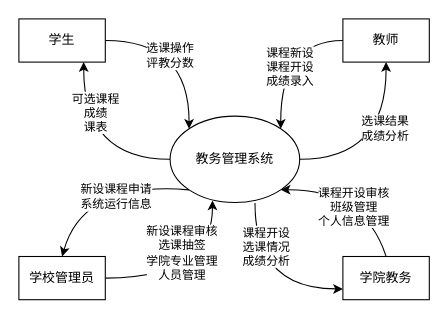
Before: 系统设计报告/img/requirements/top.drawio in ap0stader/BUAA_DB, a draw.io diagram. Source tidied: cells renumbered, new cells numbered last; positions are measured from the earlier drawing's top-left corner, leaving out a move shared by most shapes. Both pictures are drawn from the tidied source at 108%, with x=0, y=0 at pixel (18, 18).
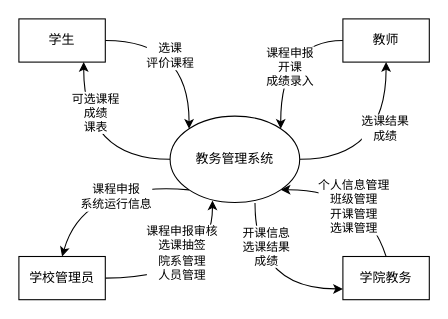
The same page after the edit.

The change refers to these unchanged cells:
```xml
<mxCell id="2" style="edgeStyle=orthogonalEdgeStyle;rounded=0;jettySize=auto;html=1;exitX=1;exitY=0.5;exitDx=0;exitDy=0;entryX=0;entryY=0;entryDx=0;entryDy=0;curved=1;fontFamily=宋体-简;" parent="1" edge="1" source="4" target="9">
  <mxGeometry relative="1" as="geometry" />
</mxCell>
<mxCell id="7" style="edgeStyle=orthogonalEdgeStyle;rounded=0;jettySize=auto;html=1;exitX=1;exitY=0.5;exitDx=0;exitDy=0;entryX=0.5;entryY=1;entryDx=0;entryDy=0;curved=1;fontFamily=宋体-简;" parent="1" edge="1" source="9" target="12">
  <mxGeometry relative="1" as="geometry" />
</mxCell>
<mxCell id="10" style="edgeStyle=orthogonalEdgeStyle;rounded=0;jettySize=auto;html=1;exitX=0;exitY=0.5;exitDx=0;exitDy=0;entryX=1;entryY=0;entryDx=0;entryDy=0;curved=1;fontFamily=宋体-简;" parent="1" edge="1" source="12" target="9">
  <mxGeometry relative="1" as="geometry" />
</mxCell>
<mxCell id="14" style="edgeStyle=orthogonalEdgeStyle;rounded=0;jettySize=auto;html=1;exitX=1;exitY=0.5;exitDx=0;exitDy=0;curved=1;fontFamily=宋体-简;entryX=0.327;entryY=0.976;entryDx=0;entryDy=0;entryPerimeter=0;" parent="1" edge="1" source="16" target="9">
  <mxGeometry relative="1" as="geometry" />
</mxCell>
<mxCell id="17" style="edgeStyle=orthogonalEdgeStyle;rounded=0;jettySize=auto;html=1;exitX=0.655;exitY=1.005;exitDx=0;exitDy=0;entryX=0;entryY=0.75;entryDx=0;entryDy=0;curved=1;exitPerimeter=0;fontFamily=宋体-简;" parent="1" edge="1" source="9" target="13">
  <mxGeometry relative="1" as="geometry" />
</mxCell>
<mxCell id="19" style="curved=1;endArrow=classic;html=1;rounded=0;entryX=0.5;entryY=0;entryDx=0;entryDy=0;exitX=0;exitY=1;exitDx=0;exitDy=0;fontFamily=宋体-简;" parent="1" edge="1" source="9" target="16">
  <mxGeometry relative="1" as="geometry">
    <Array as="points">
      <mxPoint x="60" y="150" />
    </Array>
  </mxGeometry>
</mxCell>
<mxCell id="21" style="curved=1;endArrow=classic;html=1;rounded=0;entryX=1;entryY=1;entryDx=0;entryDy=0;exitX=0.5;exitY=0;exitDx=0;exitDy=0;fontFamily=宋体-简;" parent="1" edge="1" source="13" target="9">
  <mxGeometry relative="1" as="geometry">
    <Array as="points">
      <mxPoint x="320" y="158" />
    </Array>
  </mxGeometry>
</mxCell>
```

Change to the diagram source:
```diff
@@
-    <mxCell id="3" value="选课操作&lt;div&gt;评教分数&lt;/div&gt;" style="edgeLabel;html=1;align=center;verticalAlign=middle;fontFamily=宋体-简;" parent="2" vertex="1">
+    <mxCell id="3" value="选课&lt;div&gt;评价课程&lt;/div&gt;" style="edgeLabel;html=1;align=center;verticalAlign=middle;fontFamily=宋体-简;" parent="2" vertex="1">
       <mxGeometry x="0.32" y="-10" relative="1" as="geometry">
         <mxPoint x="-8" y="-14" as="offset" />
       </mxGeometry>
     </mxCell>
@@
-    <mxCell id="8" value="选课结果&lt;div&gt;&lt;div&gt;成绩分析&lt;/div&gt;&lt;/div&gt;" style="edgeLabel;html=1;align=center;verticalAlign=middle;fontFamily=宋体-简;" parent="7" vertex="1">
+    <mxCell id="8" value="选课结果&lt;div&gt;&lt;div&gt;成绩&lt;/div&gt;&lt;/div&gt;" style="edgeLabel;html=1;align=center;verticalAlign=middle;fontFamily=宋体-简;" parent="7" vertex="1">
       <mxGeometry x="-0.05" y="2" relative="1" as="geometry">
         <mxPoint y="-28" as="offset" />
       </mxGeometry>
     </mxCell>
@@
-    <mxCell id="11" value="&lt;div&gt;课程新设&lt;/div&gt;&lt;div&gt;课程开设&lt;/div&gt;&lt;div&gt;成绩录入&lt;/div&gt;" style="edgeLabel;html=1;align=center;verticalAlign=middle;fontFamily=宋体-简;" parent="10" vertex="1">
+    <mxCell id="11" value="&lt;div&gt;课程申报&lt;/div&gt;&lt;div&gt;开课&lt;/div&gt;&lt;div&gt;成绩录入&lt;/div&gt;" style="edgeLabel;html=1;align=center;verticalAlign=middle;fontFamily=宋体-简;" parent="10" vertex="1">
       <mxGeometry x="0.13" y="8" relative="1" as="geometry">
         <mxPoint y="3" as="offset" />
       </mxGeometry>
     </mxCell>
@@
-    <mxCell id="15" value="&lt;div&gt;新设课程审核&lt;/div&gt;&lt;div&gt;选课抽签&lt;br&gt;&lt;/div&gt;&lt;div&gt;学院专业管理&lt;/div&gt;人员管理" style="edgeLabel;html=1;align=center;verticalAlign=middle;fontFamily=宋体-简;" parent="14" vertex="1">
+    <mxCell id="15" value="&lt;div&gt;课程申报审核&lt;/div&gt;&lt;div&gt;选课抽签&lt;br&gt;&lt;/div&gt;&lt;div&gt;院系管理&lt;/div&gt;人员管理" style="edgeLabel;html=1;align=center;verticalAlign=middle;fontFamily=宋体-简;" parent="14" vertex="1">
       <mxGeometry x="0.26" y="1" relative="1" as="geometry">
         <mxPoint x="-28" y="-15" as="offset" />
       </mxGeometry>
     </mxCell>
@@
-    <mxCell id="18" value="&lt;div&gt;课程开设&lt;/div&gt;选课情况&lt;div&gt;成绩分析&lt;/div&gt;" style="edgeLabel;html=1;align=center;verticalAlign=middle;fontFamily=宋体-简;" parent="17" vertex="1">
+    <mxCell id="18" value="&lt;div&gt;开课信息&lt;/div&gt;选课结果&lt;div&gt;成绩&lt;/div&gt;" style="edgeLabel;html=1;align=center;verticalAlign=middle;fontFamily=宋体-简;" parent="17" vertex="1">
       <mxGeometry x="-0.26" y="1" relative="1" as="geometry">
         <mxPoint x="9" y="-20" as="offset" />
       </mxGeometry>
     </mxCell>
@@
-    <mxCell id="20" value="新设课程申请&lt;div&gt;系统运行信息&lt;/div&gt;" style="edgeLabel;html=1;align=center;verticalAlign=middle;fontFamily=宋体-简;" parent="19" vertex="1">
+    <mxCell id="20" value="课程申报&lt;div&gt;系统运行信息&lt;/div&gt;" style="edgeLabel;html=1;align=center;verticalAlign=middle;fontFamily=宋体-简;" parent="19" vertex="1">
       <mxGeometry x="-0.22" y="12" relative="1" as="geometry" />
     </mxCell>
@@
-    <mxCell id="22" value="&lt;span style=&quot;&quot;&gt;课程开设审核&lt;/span&gt;&lt;div style=&quot;&quot;&gt;班级管理&lt;br&gt;&lt;div&gt;个人信息管理&lt;/div&gt;&lt;/div&gt;" style="edgeLabel;html=1;align=center;verticalAlign=middle;fontFamily=宋体-简;" parent="21" vertex="1">
+    <mxCell id="22" value="&lt;div&gt;个人信息管理&lt;br&gt;&lt;/div&gt;&lt;span style=&quot;&quot;&gt;&lt;div&gt;班级管理&lt;span style=&quot;&quot;&gt;&lt;br&gt;&lt;/span&gt;&lt;/div&gt;开课管理&lt;/span&gt;&lt;div style=&quot;&quot;&gt;选课管理&lt;/div&gt;" style="edgeLabel;html=1;align=center;verticalAlign=middle;fontFamily=宋体-简;" parent="21" vertex="1">
       <mxGeometry x="-0.25" y="15" relative="1" as="geometry" />
     </mxCell>
```
